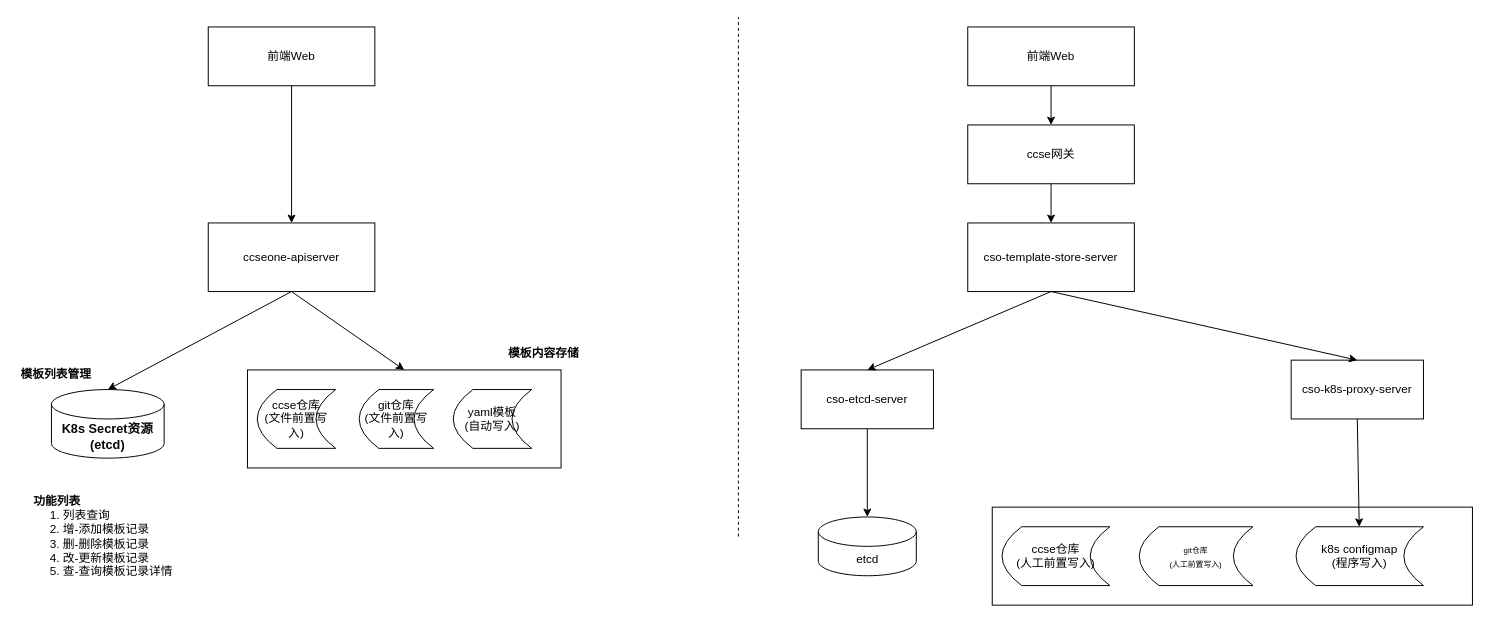
Tiny-VS-Lina/ccse keeps this draw.io diagram as drawio/ccse-模板仓库01.drawio. Above is the earlier version. Source tidied: cells renumbered, new cells numbered last; positions are measured from the earlier drawing's top-left corner, leaving out a move shared by most shapes. Both pictures are drawn from the tidied source at 98%, with x=0, y=0 at pixel (17, 17).
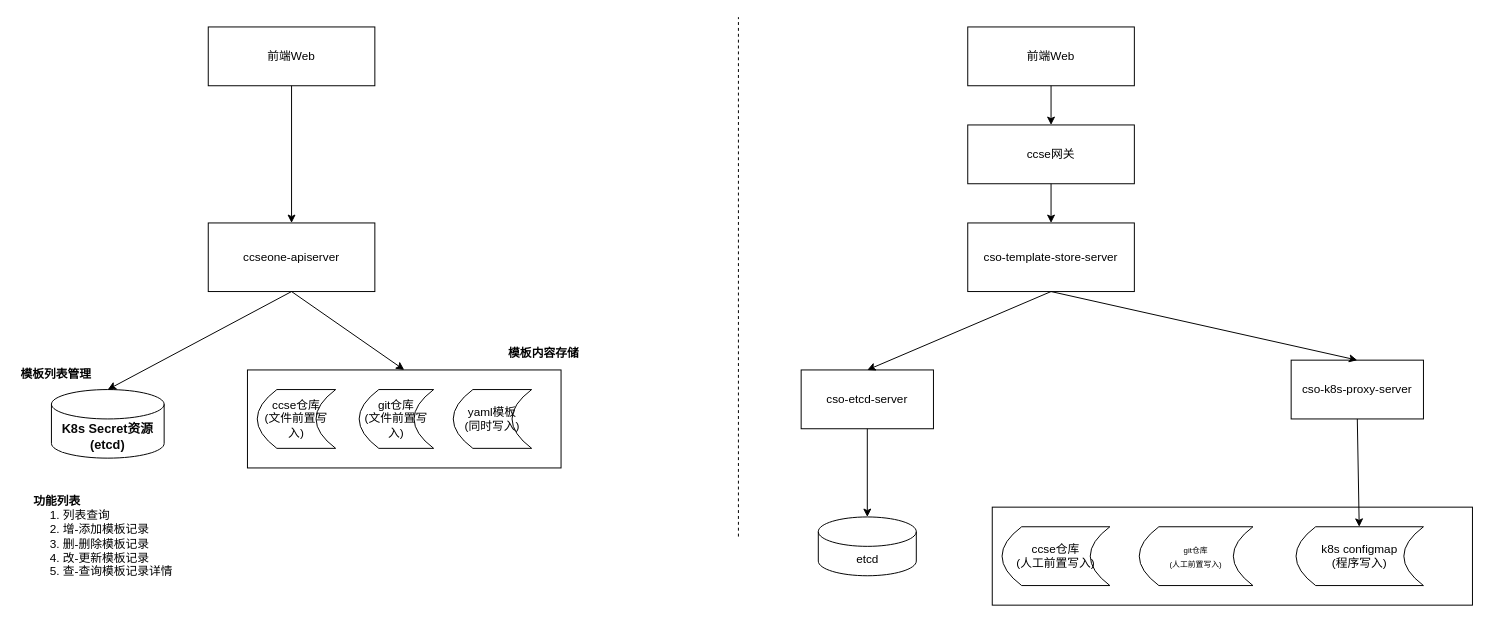
After the change.

Commit message:
更新ccse-模板仓库01.drawio

The edit, as a diff of the source:
```diff
@@
-    <mxCell id="8" value="yaml模板&lt;br&gt;(自动写入)" style="shape=dataStorage;whiteSpace=wrap;html=1;fixedSize=1;" parent="1" vertex="1">
+    <mxCell id="8" value="yaml模板&lt;br&gt;(同时写入)" style="shape=dataStorage;whiteSpace=wrap;html=1;fixedSize=1;" parent="1" vertex="1">
       <mxGeometry x="445" y="380" width="80" height="60" as="geometry" />
     </mxCell>
```
